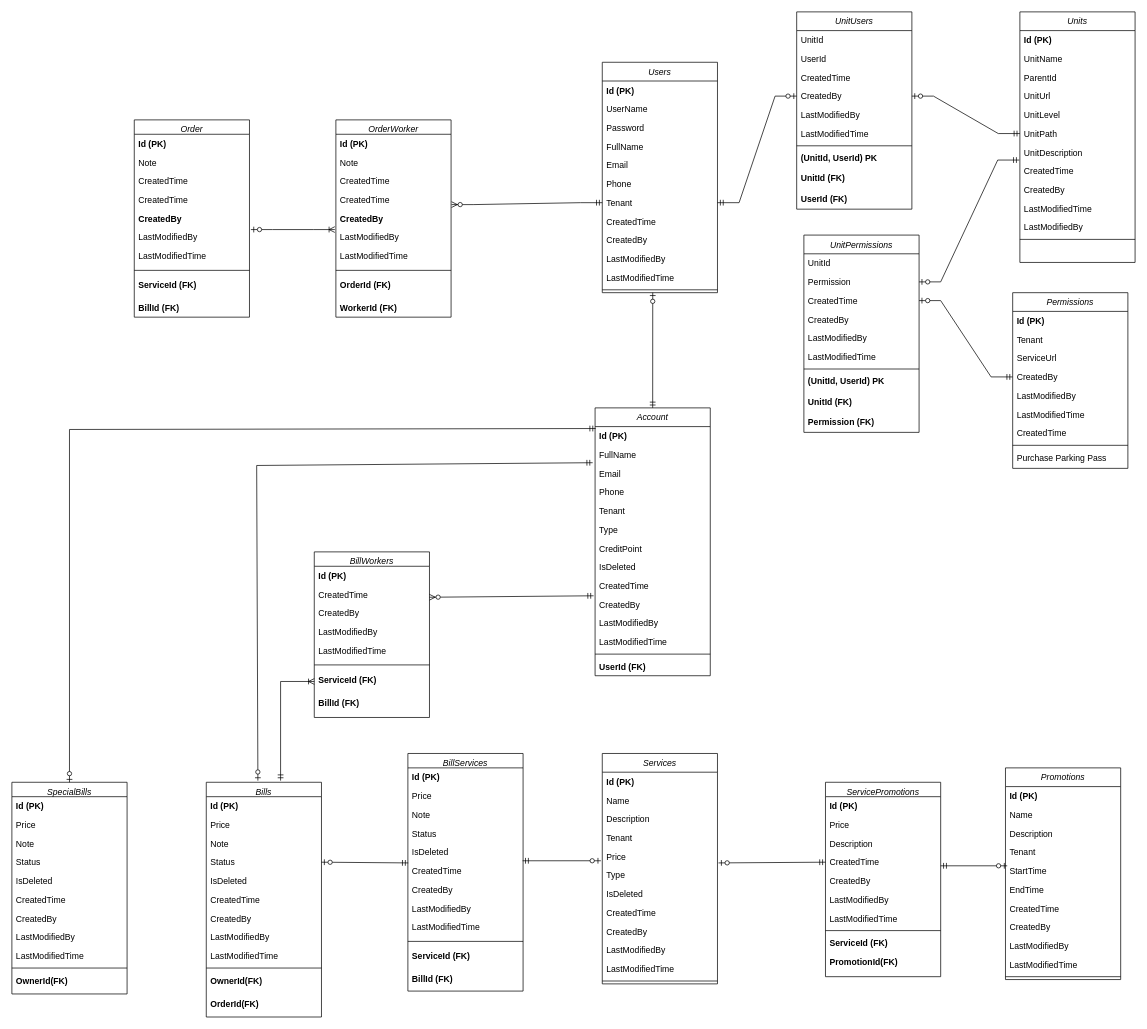
Earlier version of the draw.io diagram Untitled Diagram.drawio (DungSang/nail-store-erd). Source tidied: cells renumbered, new cells numbered last; positions are measured from the earlier drawing's top-left corner, leaving out a move shared by most shapes. Both pictures are drawn from the tidied source at 72%, with x=0, y=0 at pixel (12, 12).
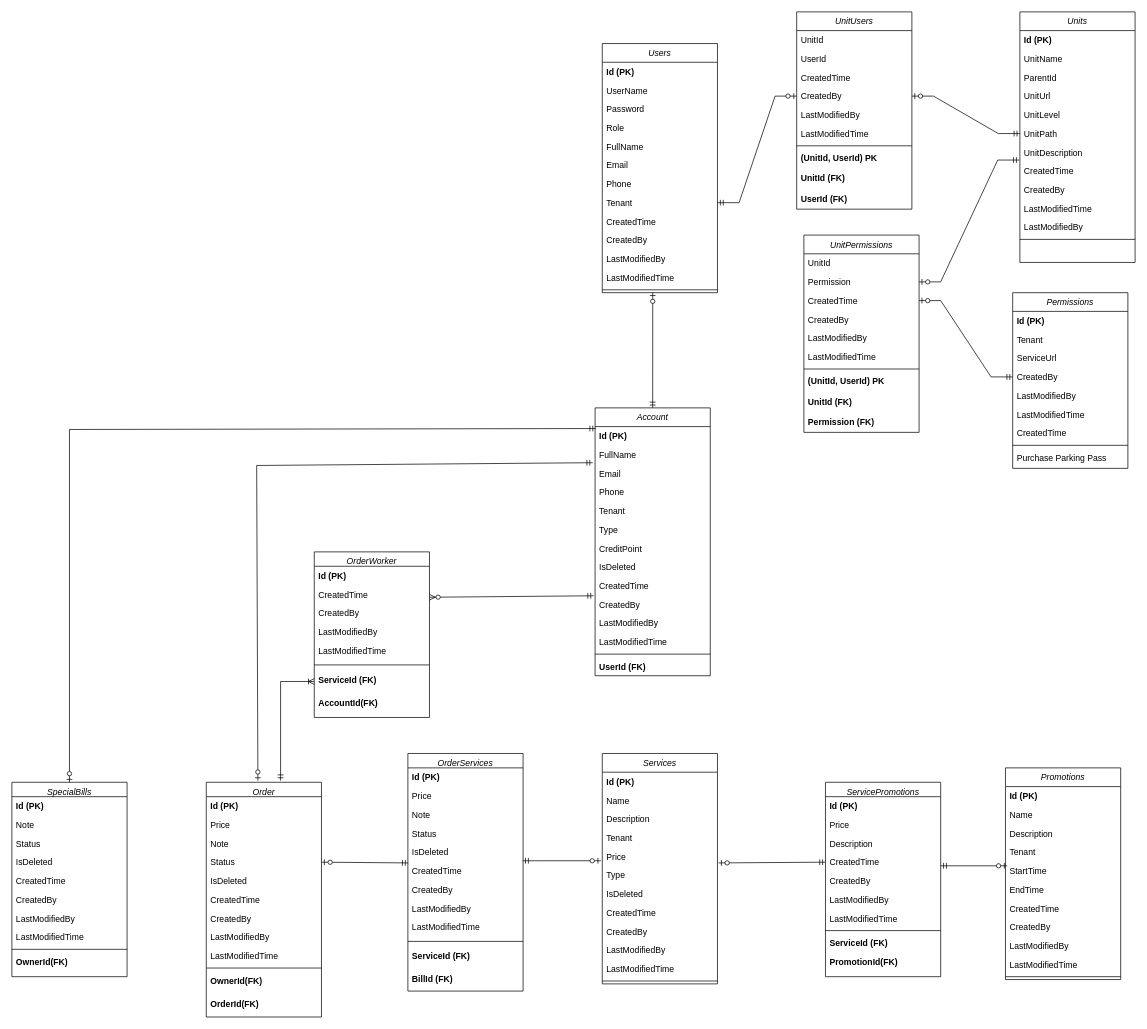
The same page after the edit.

Diff of the diagram source:
```diff
@@
     <mxCell id="2" value="Users" style="swimlane;fontStyle=2;align=center;verticalAlign=top;horizontal=1;startSize=26;rounded=0;shadow=0;strokeWidth=1;" parent="1" vertex="1">
-      <mxGeometry x="820" y="70" width="160" height="320" as="geometry" />
+      <mxGeometry x="820" y="44" width="160" height="346" as="geometry" />
     </mxCell>
@@
+    <mxCell id="195" value="Role" style="text;align=left;verticalAlign=top;spacingLeft=4;spacingRight=4;overflow=hidden;rounded=0;shadow=0;html=0;" parent="2" vertex="1">
+      <mxGeometry y="104" width="160" height="26" as="geometry" />
+    </mxCell>
     <mxCell id="6" value="FullName" style="text;align=left;verticalAlign=top;spacingLeft=4;spacingRight=4;overflow=hidden;rounded=0;shadow=0;html=0;" parent="2" vertex="1">
-      <mxGeometry y="104" width="160" height="26" as="geometry" />
+      <mxGeometry y="130" width="160" height="26" as="geometry" />
     </mxCell>
     <mxCell id="7" value="Email" style="text;align=left;verticalAlign=top;spacingLeft=4;spacingRight=4;overflow=hidden;rounded=0;shadow=0;html=0;" parent="2" vertex="1">
-      <mxGeometry y="130" width="160" height="26" as="geometry" />
+      <mxGeometry y="156" width="160" height="26" as="geometry" />
     </mxCell>
     <mxCell id="8" value="Phone" style="text;align=left;verticalAlign=top;spacingLeft=4;spacingRight=4;overflow=hidden;rounded=0;shadow=0;html=0;" parent="2" vertex="1">
-      <mxGeometry y="156" width="160" height="26" as="geometry" />
+      <mxGeometry y="182" width="160" height="26" as="geometry" />
     </mxCell>
     <mxCell id="9" value="Tenant" style="text;align=left;verticalAlign=top;spacingLeft=4;spacingRight=4;overflow=hidden;points=[[0,0.5],[1,0.5]];portConstraint=eastwest;rounded=0;shadow=0;html=0;" parent="2" vertex="1">
-      <mxGeometry y="182" width="160" height="26" as="geometry" />
+      <mxGeometry y="208" width="160" height="26" as="geometry" />
     </mxCell>
     <mxCell id="10" value="CreatedTime" style="text;align=left;verticalAlign=top;spacingLeft=4;spacingRight=4;overflow=hidden;rounded=0;shadow=0;html=0;" parent="2" vertex="1">
-      <mxGeometry y="208" width="160" height="26" as="geometry" />
+      <mxGeometry y="234" width="160" height="26" as="geometry" />
     </mxCell>
     <mxCell id="11" value="CreatedBy" style="text;align=left;verticalAlign=top;spacingLeft=4;spacingRight=4;overflow=hidden;rounded=0;shadow=0;html=0;" parent="2" vertex="1">
-      <mxGeometry y="234" width="160" height="26" as="geometry" />
+      <mxGeometry y="260" width="160" height="26" as="geometry" />
     </mxCell>
     <mxCell id="12" value="LastModifiedBy" style="text;align=left;verticalAlign=top;spacingLeft=4;spacingRight=4;overflow=hidden;rounded=0;shadow=0;html=0;" parent="2" vertex="1">
-      <mxGeometry y="260" width="160" height="26" as="geometry" />
+      <mxGeometry y="286" width="160" height="26" as="geometry" />
     </mxCell>
     <mxCell id="13" value="LastModifiedTime" style="text;align=left;verticalAlign=top;spacingLeft=4;spacingRight=4;overflow=hidden;rounded=0;shadow=0;html=0;" parent="2" vertex="1">
-      <mxGeometry y="286" width="160" height="26" as="geometry" />
+      <mxGeometry y="312" width="160" height="26" as="geometry" />
     </mxCell>
     <mxCell id="14" style="line;html=1;strokeWidth=1;align=left;verticalAlign=middle;spacingTop=-1;spacingLeft=3;spacingRight=3;labelPosition=right;points=[];portConstraint=eastwest;" parent="2" vertex="1">
-      <mxGeometry y="312" width="160" height="8" as="geometry" />
+      <mxGeometry y="338" width="160" height="8" as="geometry" />
     </mxCell>
@@
-    <mxCell id="118" value="Bills" style="swimlane;fontStyle=2;align=center;verticalAlign=top;horizontal=1;startSize=20;rounded=0;shadow=0;strokeWidth=1;" parent="1" vertex="1">
+    <mxCell id="118" value="Order" style="swimlane;fontStyle=2;align=center;verticalAlign=top;horizontal=1;startSize=20;rounded=0;shadow=0;strokeWidth=1;" parent="1" vertex="1">
       <mxGeometry x="270" y="1070" width="160" height="326" as="geometry" />
     </mxCell>
@@
-    <mxCell id="131" value="BillServices" style="swimlane;fontStyle=2;align=center;verticalAlign=top;horizontal=1;startSize=20;rounded=0;shadow=0;strokeWidth=1;" parent="1" vertex="1">
+    <mxCell id="131" value="OrderServices" style="swimlane;fontStyle=2;align=center;verticalAlign=top;horizontal=1;startSize=20;rounded=0;shadow=0;strokeWidth=1;" parent="1" vertex="1">
       <mxGeometry x="550" y="1030" width="160" height="330" as="geometry" />
     </mxCell>
@@
-    <mxCell id="146" value="BillWorkers" style="swimlane;fontStyle=2;align=center;verticalAlign=top;horizontal=1;startSize=20;rounded=0;shadow=0;strokeWidth=1;" parent="1" vertex="1">
+    <mxCell id="146" value="OrderWorker" style="swimlane;fontStyle=2;align=center;verticalAlign=top;horizontal=1;startSize=20;rounded=0;shadow=0;strokeWidth=1;" parent="1" vertex="1">
       <mxGeometry x="420" y="750" width="160" height="230" as="geometry" />
     </mxCell>
@@
-    <mxCell id="154" value="BillId (FK)" style="text;align=left;verticalAlign=top;spacingLeft=4;spacingRight=4;overflow=hidden;rounded=0;shadow=0;html=0;fontStyle=1;" parent="146" vertex="1">
+    <mxCell id="154" value="AccountId(FK)" style="text;align=left;verticalAlign=top;spacingLeft=4;spacingRight=4;overflow=hidden;rounded=0;shadow=0;html=0;fontStyle=1;" parent="146" vertex="1">
       <mxGeometry y="196" width="160" height="26" as="geometry" />
     </mxCell>
@@
     <mxCell id="156" value="SpecialBills" style="swimlane;fontStyle=2;align=center;verticalAlign=top;horizontal=1;startSize=20;rounded=0;shadow=0;strokeWidth=1;" parent="1" vertex="1">
-      <mxGeometry y="1070" width="160" height="294" as="geometry" />
+      <mxGeometry y="1070" width="160" height="270" as="geometry" />
     </mxCell>
@@
-    <mxCell id="158" value="Price" style="text;align=left;verticalAlign=top;spacingLeft=4;spacingRight=4;overflow=hidden;rounded=0;shadow=0;html=0;" parent="156" vertex="1">
-      <mxGeometry y="46" width="160" height="26" as="geometry" />
-    </mxCell>
     <mxCell id="159" value="Note" style="text;align=left;verticalAlign=top;spacingLeft=4;spacingRight=4;overflow=hidden;rounded=0;shadow=0;html=0;" parent="156" vertex="1">
-      <mxGeometry y="72" width="160" height="26" as="geometry" />
+      <mxGeometry y="46" width="160" height="26" as="geometry" />
     </mxCell>
     <mxCell id="160" value="Status" style="text;align=left;verticalAlign=top;spacingLeft=4;spacingRight=4;overflow=hidden;rounded=0;shadow=0;html=0;" parent="156" vertex="1">
-      <mxGeometry y="98" width="160" height="26" as="geometry" />
+      <mxGeometry y="72" width="160" height="26" as="geometry" />
     </mxCell>
     <mxCell id="161" value="IsDeleted" style="text;align=left;verticalAlign=top;spacingLeft=4;spacingRight=4;overflow=hidden;rounded=0;shadow=0;html=0;" parent="156" vertex="1">
-      <mxGeometry y="124" width="160" height="26" as="geometry" />
+      <mxGeometry y="98" width="160" height="26" as="geometry" />
     </mxCell>
     <mxCell id="162" value="CreatedTime" style="text;align=left;verticalAlign=top;spacingLeft=4;spacingRight=4;overflow=hidden;rounded=0;shadow=0;html=0;" parent="156" vertex="1">
-      <mxGeometry y="150" width="160" height="26" as="geometry" />
+      <mxGeometry y="124" width="160" height="26" as="geometry" />
     </mxCell>
     <mxCell id="163" value="CreatedBy" style="text;align=left;verticalAlign=top;spacingLeft=4;spacingRight=4;overflow=hidden;rounded=0;shadow=0;html=0;" parent="156" vertex="1">
-      <mxGeometry y="176" width="160" height="26" as="geometry" />
+      <mxGeometry y="150" width="160" height="26" as="geometry" />
     </mxCell>
     <mxCell id="164" value="LastModifiedBy" style="text;align=left;verticalAlign=top;spacingLeft=4;spacingRight=4;overflow=hidden;rounded=0;shadow=0;html=0;" parent="156" vertex="1">
-      <mxGeometry y="202" width="160" height="26" as="geometry" />
+      <mxGeometry y="176" width="160" height="26" as="geometry" />
     </mxCell>
     <mxCell id="165" value="LastModifiedTime" style="text;align=left;verticalAlign=top;spacingLeft=4;spacingRight=4;overflow=hidden;rounded=0;shadow=0;html=0;" parent="156" vertex="1">
-      <mxGeometry y="228" width="160" height="26" as="geometry" />
+      <mxGeometry y="202" width="160" height="26" as="geometry" />
     </mxCell>
     <mxCell id="166" style="line;html=1;strokeWidth=1;align=left;verticalAlign=middle;spacingTop=-1;spacingLeft=3;spacingRight=3;labelPosition=right;" parent="156" vertex="1">
-      <mxGeometry y="254" width="160" height="8" as="geometry" />
+      <mxGeometry y="228" width="160" height="8" as="geometry" />
     </mxCell>
     <mxCell id="167" value="OwnerId(FK)" style="text;align=left;verticalAlign=top;spacingLeft=4;spacingRight=4;overflow=hidden;rounded=0;shadow=0;html=0;fontStyle=1;" parent="156" vertex="1">
-      <mxGeometry y="262" width="160" height="32" as="geometry" />
+      <mxGeometry y="236" width="160" height="32" as="geometry" />
     </mxCell>
@@
-    <mxCell id="169" value="Order" style="swimlane;fontStyle=2;align=center;verticalAlign=top;horizontal=1;startSize=20;rounded=0;shadow=0;strokeWidth=1;" parent="1" vertex="1">
-      <mxGeometry x="170" y="150" width="160" height="274" as="geometry" />
-    </mxCell>
-    <mxCell id="170" value="Id (PK)" style="text;align=left;verticalAlign=top;spacingLeft=4;spacingRight=4;overflow=hidden;fontStyle=1;" parent="169" vertex="1">
-      <mxGeometry y="20" width="160" height="26" as="geometry" />
-    </mxCell>
-    <mxCell id="171" value="Note" style="text;align=left;verticalAlign=top;spacingLeft=4;spacingRight=4;overflow=hidden;fontStyle=0;" parent="169" vertex="1">
-      <mxGeometry y="46" width="160" height="26" as="geometry" />
-    </mxCell>
-    <mxCell id="172" value="CreatedTime" style="text;align=left;verticalAlign=top;spacingLeft=4;spacingRight=4;overflow=hidden;rounded=0;shadow=0;html=0;" parent="169" vertex="1">
-      <mxGeometry y="72" width="160" height="26" as="geometry" />
-    </mxCell>
-    <mxCell id="173" value="CreatedTime" style="text;align=left;verticalAlign=top;spacingLeft=4;spacingRight=4;overflow=hidden;rounded=0;shadow=0;html=0;" parent="169" vertex="1">
-      <mxGeometry y="98" width="160" height="26" as="geometry" />
-    </mxCell>
-    <mxCell id="174" value="CreatedBy" style="text;align=left;verticalAlign=top;spacingLeft=4;spacingRight=4;overflow=hidden;points=[[0,0.5],[1,0.5]];portConstraint=eastwest;rounded=0;shadow=0;html=0;fontStyle=1;" parent="169" vertex="1">
-      <mxGeometry y="124" width="160" height="26" as="geometry" />
-    </mxCell>
-    <mxCell id="175" value="LastModifiedBy" style="text;align=left;verticalAlign=top;spacingLeft=4;spacingRight=4;overflow=hidden;rounded=0;shadow=0;html=0;" parent="169" vertex="1">
-      <mxGeometry y="150" width="160" height="26" as="geometry" />
-    </mxCell>
-    <mxCell id="176" value="LastModifiedTime" style="text;align=left;verticalAlign=top;spacingLeft=4;spacingRight=4;overflow=hidden;rounded=0;shadow=0;html=0;" parent="169" vertex="1">
-      <mxGeometry y="176" width="160" height="26" as="geometry" />
-    </mxCell>
-    <mxCell id="177" style="line;html=1;strokeWidth=1;align=left;verticalAlign=middle;spacingTop=-1;spacingLeft=3;spacingRight=3;labelPosition=right;" parent="169" vertex="1">
-      <mxGeometry y="202" width="160" height="14" as="geometry" />
-    </mxCell>
-    <mxCell id="178" value="ServiceId (FK)" style="text;align=left;verticalAlign=top;spacingLeft=4;spacingRight=4;overflow=hidden;rounded=0;shadow=0;html=0;fontStyle=1;" parent="169" vertex="1">
-      <mxGeometry y="216" width="160" height="32" as="geometry" />
-    </mxCell>
-    <mxCell id="179" value="BillId (FK)" style="text;align=left;verticalAlign=top;spacingLeft=4;spacingRight=4;overflow=hidden;rounded=0;shadow=0;html=0;fontStyle=1;" parent="169" vertex="1">
-      <mxGeometry y="248" width="160" height="26" as="geometry" />
-    </mxCell>
-    <mxCell id="180" value="OrderWorker" style="swimlane;fontStyle=2;align=center;verticalAlign=top;horizontal=1;startSize=20;rounded=0;shadow=0;strokeWidth=1;" parent="1" vertex="1">
-      <mxGeometry x="450" y="150" width="160" height="274" as="geometry" />
-    </mxCell>
-    <mxCell id="181" value="Id (PK)" style="text;align=left;verticalAlign=top;spacingLeft=4;spacingRight=4;overflow=hidden;fontStyle=1;" parent="180" vertex="1">
-      <mxGeometry y="20" width="160" height="26" as="geometry" />
-    </mxCell>
-    <mxCell id="182" value="Note" style="text;align=left;verticalAlign=top;spacingLeft=4;spacingRight=4;overflow=hidden;fontStyle=0;" parent="180" vertex="1">
-      <mxGeometry y="46" width="160" height="26" as="geometry" />
-    </mxCell>
-    <mxCell id="183" value="CreatedTime" style="text;align=left;verticalAlign=top;spacingLeft=4;spacingRight=4;overflow=hidden;rounded=0;shadow=0;html=0;" parent="180" vertex="1">
-      <mxGeometry y="72" width="160" height="26" as="geometry" />
-    </mxCell>
-    <mxCell id="184" value="CreatedTime" style="text;align=left;verticalAlign=top;spacingLeft=4;spacingRight=4;overflow=hidden;points=[[0,0.5],[1,0.5]];portConstraint=eastwest;rounded=0;shadow=0;html=0;" parent="180" vertex="1">
-      <mxGeometry y="98" width="160" height="26" as="geometry" />
-    </mxCell>
-    <mxCell id="185" value="CreatedBy" style="text;align=left;verticalAlign=top;spacingLeft=4;spacingRight=4;overflow=hidden;rounded=0;shadow=0;html=0;fontStyle=1;" parent="180" vertex="1">
-      <mxGeometry y="124" width="160" height="26" as="geometry" />
-    </mxCell>
-    <mxCell id="186" value="LastModifiedBy" style="text;align=left;verticalAlign=top;spacingLeft=4;spacingRight=4;overflow=hidden;points=[[0,0.5],[1,0.5]];portConstraint=eastwest;rounded=0;shadow=0;html=0;" parent="180" vertex="1">
-      <mxGeometry y="150" width="160" height="26" as="geometry" />
-    </mxCell>
-    <mxCell id="187" value="LastModifiedTime" style="text;align=left;verticalAlign=top;spacingLeft=4;spacingRight=4;overflow=hidden;rounded=0;shadow=0;html=0;" parent="180" vertex="1">
-      <mxGeometry y="176" width="160" height="26" as="geometry" />
-    </mxCell>
-    <mxCell id="188" style="line;html=1;strokeWidth=1;align=left;verticalAlign=middle;spacingTop=-1;spacingLeft=3;spacingRight=3;labelPosition=right;" parent="180" vertex="1">
-      <mxGeometry y="202" width="160" height="14" as="geometry" />
-    </mxCell>
-    <mxCell id="189" value="OrderId (FK)" style="text;align=left;verticalAlign=top;spacingLeft=4;spacingRight=4;overflow=hidden;rounded=0;shadow=0;html=0;fontStyle=1;" parent="180" vertex="1">
-      <mxGeometry y="216" width="160" height="32" as="geometry" />
-    </mxCell>
-    <mxCell id="190" value="WorkerId (FK)" style="text;align=left;verticalAlign=top;spacingLeft=4;spacingRight=4;overflow=hidden;rounded=0;shadow=0;html=0;fontStyle=1;" parent="180" vertex="1">
-      <mxGeometry y="248" width="160" height="26" as="geometry" />
-    </mxCell>
-    <mxCell id="191" style="edgeStyle=entityRelationEdgeStyle;fontSize=12;html=1;endArrow=ERoneToMany;startArrow=ERzeroToOne;rounded=0;exitX=1.012;exitY=1.09;exitDx=0;exitDy=0;exitPerimeter=0;entryX=-0.009;entryY=0.09;entryDx=0;entryDy=0;entryPerimeter=0;" parent="1" edge="1" source="174" target="186">
-      <mxGeometry relative="1" as="geometry" />
-    </mxCell>
-    <mxCell id="192" style="edgeStyle=entityRelationEdgeStyle;fontSize=12;html=1;endArrow=ERzeroToMany;startArrow=ERmandOne;rounded=0;exitX=0;exitY=0.5;exitDx=0;exitDy=0;entryX=1.004;entryY=0.756;entryDx=0;entryDy=0;entryPerimeter=0;" parent="1" edge="1" source="9" target="184">
-      <mxGeometry relative="1" as="geometry" />
-    </mxCell>
```
